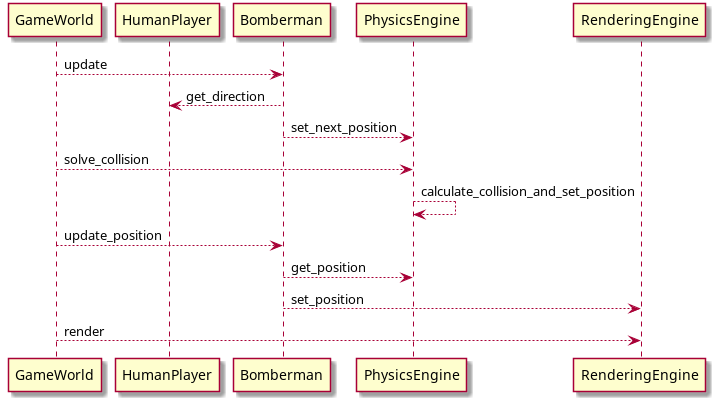
Earlier version of the PlantUML export docs/img/UC_1_2.png (NadzwyczajnaGrupaRobocza/bomberman).
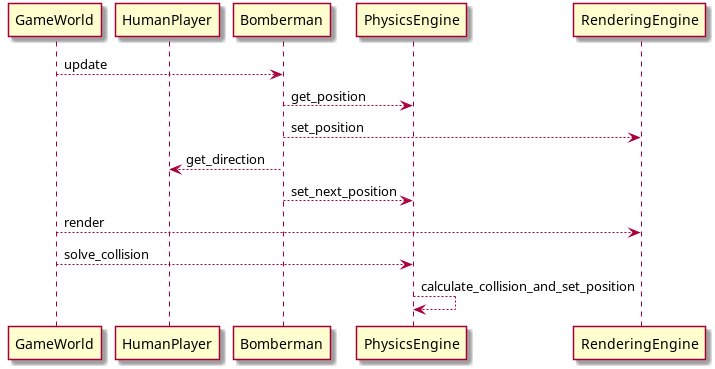
The same file after the commit.

Diff of the diagram source:
```diff
@@ -7,16 +7,12 @@
 participant RenderingEngine
 
 GameWorld --> Bomberman : update
+Bomberman --> PhysicsEngine : get_position
+Bomberman --> RenderingEngine : set_position
 Bomberman --> HumanPlayer : get_direction
 Bomberman --> PhysicsEngine : set_next_position
-
+GameWorld --> RenderingEngine : render
 GameWorld --> PhysicsEngine : solve_collision
 PhysicsEngine --> PhysicsEngine : calculate_collision_and_set_position
 
-GameWorld --> Bomberman : update_position
-Bomberman --> PhysicsEngine : get_position
-Bomberman --> RenderingEngine : set_position
-
-GameWorld --> RenderingEngine : render
-
 @enduml
```
